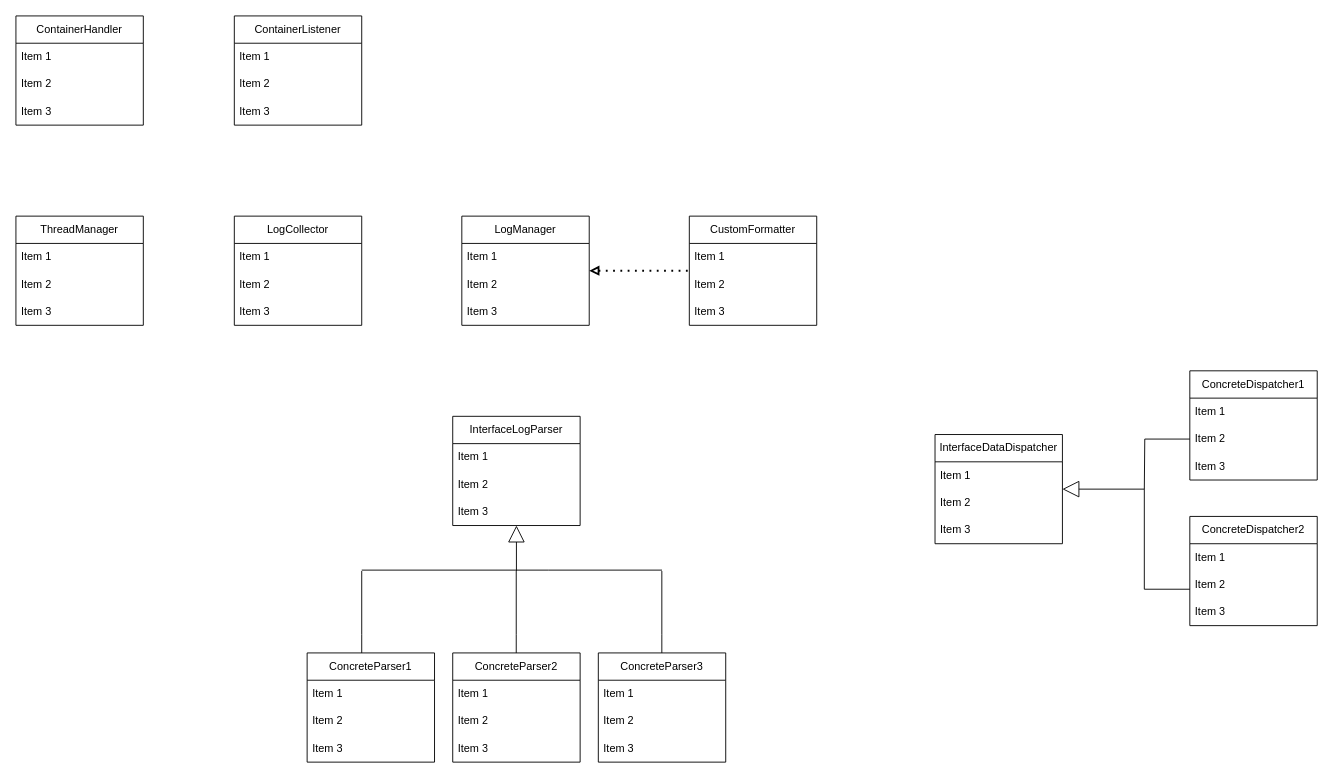
Earlier version of the draw.io diagram page "Diagramma delle classi Logger" (2 of 2) of Diagrammi.drawio (Peric01/Documentazione-Stage-Eurosystem). Source tidied: cells renumbered, new cells numbered last; positions are measured from the earlier drawing's top-left corner, leaving out a move shared by most shapes. Both pictures are drawn from the tidied source at 91%, with x=0, y=0 at pixel (15, 15).
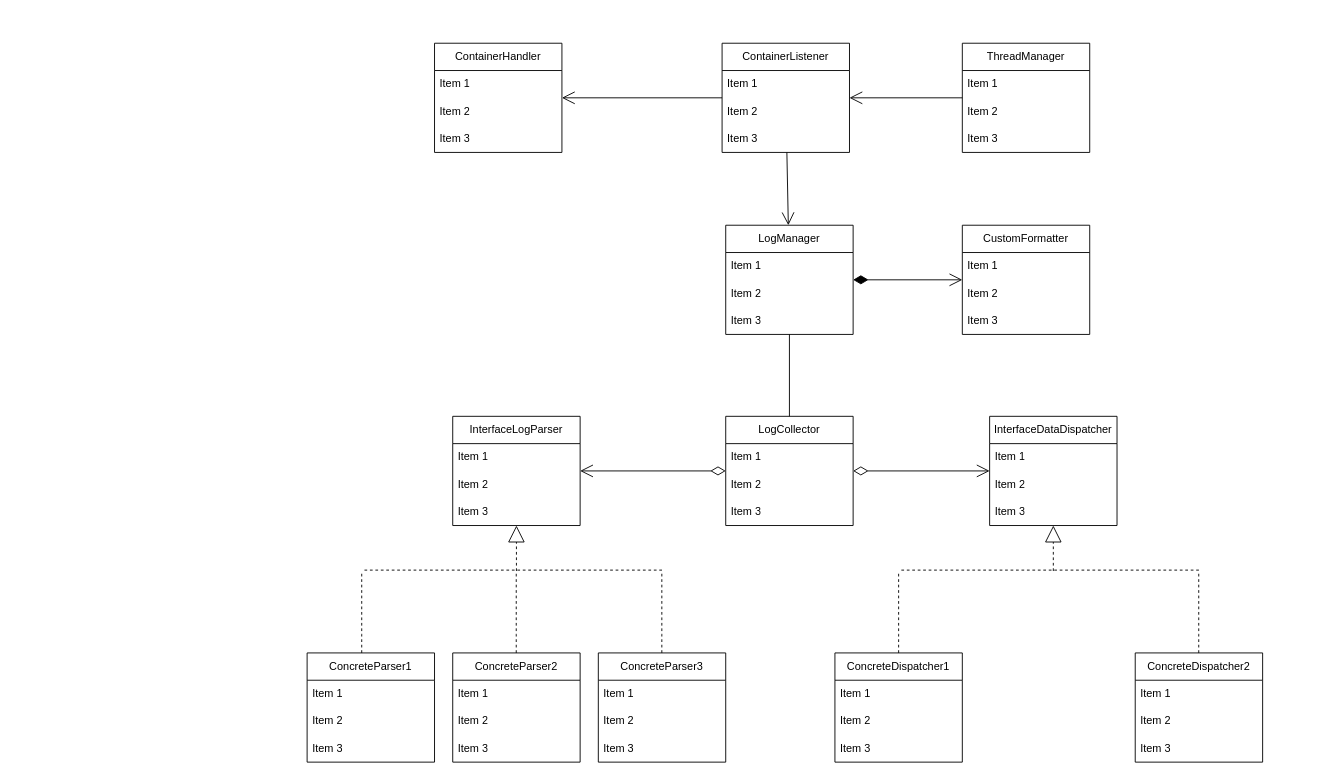
After the change.

Commit message:
Aggiornato diagramma delle classi

The change refers to these unchanged cells:
```xml
<mxCell id="10" value="InterfaceLogParser" style="swimlane;fontStyle=0;horizontal=1;startSize=30;whiteSpace=wrap;html=1;" parent="1" vertex="1">
  <mxGeometry x="480" y="440" width="140" height="120" as="geometry" />
</mxCell>
<mxCell id="15" value="ConcreteParser1" style="swimlane;fontStyle=0;horizontal=1;startSize=30;whiteSpace=wrap;html=1;" parent="1" vertex="1">
  <mxGeometry x="320" y="700" width="140" height="120" as="geometry" />
</mxCell>
<mxCell id="35" value="Item 2" style="text;strokeColor=none;fillColor=none;align=left;verticalAlign=middle;spacingLeft=4;spacingRight=4;overflow=hidden;points=[[0,0.5],[1,0.5]];portConstraint=eastwest;whiteSpace=wrap;html=1;" parent="32" vertex="1">
  <mxGeometry y="60" width="140" height="30" as="geometry" />
</mxCell>
```

Change to the diagram source:
```diff
@@
     <mxCell id="2" value="LogManager" style="swimlane;fontStyle=0;horizontal=1;startSize=30;whiteSpace=wrap;html=1;" parent="1" vertex="1">
-      <mxGeometry x="490" y="220" width="140" height="120" as="geometry" />
+      <mxGeometry x="780" y="230" width="140" height="120" as="geometry" />
     </mxCell>
@@
     <mxCell id="6" value="CustomFormatter" style="swimlane;fontStyle=0;horizontal=1;startSize=30;whiteSpace=wrap;html=1;" parent="1" vertex="1">
-      <mxGeometry x="740" y="220" width="140" height="120" as="geometry" />
+      <mxGeometry x="1040" y="230" width="140" height="120" as="geometry" />
     </mxCell>
@@
-    <mxCell id="14" style="endArrow=block;endSize=16;endFill=0;html=1;rounded=0;" parent="10" edge="1" target="10">
+    <mxCell id="14" style="endArrow=block;endSize=16;endFill=0;html=1;rounded=0;dashed=1;" parent="10" edge="1" target="10">
       <mxGeometry relative="1" as="geometry">
         <mxPoint x="70" y="170" as="sourcePoint" />
       </mxGeometry>
     </mxCell>
@@
     <mxCell id="27" value="InterfaceDataDispatcher" style="swimlane;fontStyle=0;horizontal=1;startSize=30;whiteSpace=wrap;html=1;" parent="1" vertex="1">
-      <mxGeometry x="1010" y="460" width="140" height="120" as="geometry" />
+      <mxGeometry x="1070" y="440" width="140" height="120" as="geometry" />
     </mxCell>
@@
-    <mxCell id="29" style="endArrow=block;endSize=16;endFill=0;html=1;rounded=0;" parent="27" edge="1" target="27">
-      <mxGeometry relative="1" as="geometry">
-        <mxPoint x="230" y="60" as="sourcePoint" />
-      </mxGeometry>
-    </mxCell>
@@
     <mxCell id="32" value="ConcreteDispatcher1" style="swimlane;fontStyle=0;horizontal=1;startSize=30;whiteSpace=wrap;html=1;" parent="1" vertex="1">
-      <mxGeometry x="1290" y="390" width="140" height="120" as="geometry" />
+      <mxGeometry x="900" y="700" width="140" height="120" as="geometry" />
     </mxCell>
@@
-    <mxCell id="34" style="edgeStyle=orthogonalEdgeStyle;rounded=0;jettySize=auto;html=1;exitX=0;exitY=0.5;exitDx=0;exitDy=0;endArrow=none;startFill=0;" parent="32" edge="1" source="35">
-      <mxGeometry relative="1" as="geometry">
-        <mxPoint x="-50" y="130" as="targetPoint" />
-      </mxGeometry>
-    </mxCell>
@@
     <mxCell id="37" value="ConcreteDispatcher2" style="swimlane;fontStyle=0;horizontal=1;startSize=30;whiteSpace=wrap;html=1;" parent="1" vertex="1">
-      <mxGeometry x="1290" y="550" width="140" height="120" as="geometry" />
+      <mxGeometry x="1230" y="700" width="140" height="120" as="geometry" />
     </mxCell>
@@
     <mxCell id="41" value="LogCollector" style="swimlane;fontStyle=0;horizontal=1;startSize=30;whiteSpace=wrap;html=1;" parent="1" vertex="1">
-      <mxGeometry x="240" y="220" width="140" height="120" as="geometry" />
+      <mxGeometry x="780" y="440" width="140" height="120" as="geometry" />
     </mxCell>
@@
     <mxCell id="45" value="ThreadManager" style="swimlane;fontStyle=0;horizontal=1;startSize=30;whiteSpace=wrap;html=1;" parent="1" vertex="1">
-      <mxGeometry y="220" width="140" height="120" as="geometry" />
+      <mxGeometry x="1040" y="30" width="140" height="120" as="geometry" />
     </mxCell>
@@
     <mxCell id="49" value="ContainerListener" style="swimlane;fontStyle=0;horizontal=1;startSize=30;whiteSpace=wrap;html=1;" parent="1" vertex="1">
-      <mxGeometry x="240" width="140" height="120" as="geometry" />
+      <mxGeometry x="776" y="30" width="140" height="120" as="geometry" />
     </mxCell>
@@
     <mxCell id="53" value="ContainerHandler" style="swimlane;fontStyle=0;horizontal=1;startSize=30;whiteSpace=wrap;html=1;" parent="1" vertex="1">
-      <mxGeometry width="140" height="120" as="geometry" />
+      <mxGeometry x="460" y="30" width="140" height="120" as="geometry" />
     </mxCell>
@@
-    <mxCell id="57" style="endArrow=none;dashed=1;html=1;dashPattern=1 3;strokeWidth=2;rounded=0;startArrow=block;startFill=0;" parent="1" edge="1" source="2" target="6">
-      <mxGeometry relative="1" as="geometry" />
-    </mxCell>
-    <mxCell id="58" style="edgeStyle=orthogonalEdgeStyle;rounded=0;orthogonalLoop=1;jettySize=auto;html=1;endArrow=none;startFill=0;" parent="1" edge="1">
-      <mxGeometry relative="1" as="geometry">
-        <mxPoint x="1290" y="630" as="sourcePoint" />
-        <mxPoint x="1240" y="520" as="targetPoint" />
-        <Array as="points">
-          <mxPoint x="1290" y="630" />
-          <mxPoint x="1240" y="630" />
-        </Array>
-      </mxGeometry>
-    </mxCell>
-    <mxCell id="59" style="edgeStyle=orthogonalEdgeStyle;rounded=0;orthogonalLoop=1;jettySize=auto;html=1;endArrow=none;startFill=0;" parent="1" edge="1">
+    <mxCell id="59" style="edgeStyle=orthogonalEdgeStyle;rounded=0;orthogonalLoop=1;jettySize=auto;html=1;endArrow=none;startFill=0;dashed=1;" parent="1" edge="1">
       <mxGeometry relative="1" as="geometry">
         <mxPoint x="710" y="609" as="sourcePoint" />
         <mxPoint x="380" y="609" as="targetPoint" />
         <Array as="points">
           <mxPoint x="585" y="609.4" />
           <mxPoint x="535" y="609.4" />
         </Array>
       </mxGeometry>
     </mxCell>
-    <mxCell id="60" style="edgeStyle=orthogonalEdgeStyle;rounded=0;jettySize=auto;html=1;endArrow=none;startFill=0;" parent="1" edge="1" source="15">
+    <mxCell id="60" style="edgeStyle=orthogonalEdgeStyle;rounded=0;jettySize=auto;html=1;endArrow=none;startFill=0;dashed=1;" parent="1" edge="1" source="15">
       <mxGeometry relative="1" as="geometry">
         <mxPoint x="380" y="610" as="targetPoint" />
         <Array as="points">
           <mxPoint x="380" y="680" />
           <mxPoint x="380" y="680" />
         </Array>
       </mxGeometry>
     </mxCell>
-    <mxCell id="61" style="edgeStyle=orthogonalEdgeStyle;rounded=0;orthogonalLoop=1;jettySize=auto;html=1;endArrow=none;startFill=0;" parent="1" edge="1">
+    <mxCell id="61" style="edgeStyle=orthogonalEdgeStyle;rounded=0;orthogonalLoop=1;jettySize=auto;html=1;endArrow=none;startFill=0;dashed=1;" parent="1" edge="1">
       <mxGeometry relative="1" as="geometry">
         <mxPoint x="549.8" y="700" as="sourcePoint" />
         <mxPoint x="549.8" y="610" as="targetPoint" />
         <Array as="points">
           <mxPoint x="549.8" y="680" />
           <mxPoint x="549.8" y="680" />
         </Array>
       </mxGeometry>
     </mxCell>
-    <mxCell id="62" style="edgeStyle=orthogonalEdgeStyle;rounded=0;orthogonalLoop=1;jettySize=auto;html=1;endArrow=none;startFill=0;" parent="1" edge="1">
+    <mxCell id="62" style="edgeStyle=orthogonalEdgeStyle;rounded=0;orthogonalLoop=1;jettySize=auto;html=1;endArrow=none;startFill=0;dashed=1;" parent="1" edge="1">
       <mxGeometry relative="1" as="geometry">
         <mxPoint x="709.8" y="700" as="sourcePoint" />
         <mxPoint x="709.8" y="610" as="targetPoint" />
         <Array as="points">
           <mxPoint x="709.8" y="680" />
           <mxPoint x="709.8" y="680" />
         </Array>
       </mxGeometry>
     </mxCell>
+    <mxCell id="63" style="endArrow=block;endSize=16;endFill=0;html=1;rounded=0;dashed=1;" parent="1" edge="1" target="27">
+      <mxGeometry relative="1" as="geometry">
+        <mxPoint x="1140" y="610" as="sourcePoint" />
+      </mxGeometry>
+    </mxCell>
+    <mxCell id="64" style="edgeStyle=orthogonalEdgeStyle;rounded=0;orthogonalLoop=1;jettySize=auto;html=1;endArrow=none;startFill=0;dashed=1;" parent="1" edge="1">
+      <mxGeometry relative="1" as="geometry">
+        <mxPoint x="1300" y="609" as="sourcePoint" />
+        <mxPoint x="970" y="609" as="targetPoint" />
+        <Array as="points">
+          <mxPoint x="1175" y="609.4" />
+          <mxPoint x="1125" y="609.4" />
+        </Array>
+      </mxGeometry>
+    </mxCell>
+    <mxCell id="65" style="edgeStyle=orthogonalEdgeStyle;rounded=0;orthogonalLoop=1;jettySize=auto;html=1;endArrow=none;startFill=0;dashed=1;" parent="1" edge="1">
+      <mxGeometry relative="1" as="geometry">
+        <mxPoint x="970" y="700" as="sourcePoint" />
+        <mxPoint x="970" y="610" as="targetPoint" />
+        <Array as="points">
+          <mxPoint x="970" y="680" />
+          <mxPoint x="970" y="680" />
+        </Array>
+      </mxGeometry>
+    </mxCell>
+    <mxCell id="66" style="edgeStyle=orthogonalEdgeStyle;rounded=0;orthogonalLoop=1;jettySize=auto;html=1;endArrow=none;startFill=0;dashed=1;" parent="1" edge="1">
+      <mxGeometry relative="1" as="geometry">
+        <mxPoint x="1299.8" y="700" as="sourcePoint" />
+        <mxPoint x="1299.8" y="610" as="targetPoint" />
+        <Array as="points">
+          <mxPoint x="1299.8" y="680" />
+          <mxPoint x="1299.8" y="680" />
+        </Array>
+      </mxGeometry>
+    </mxCell>
+    <mxCell id="67" style="endArrow=none;html=1;rounded=0;" parent="1" edge="1" source="41" target="2">
+      <mxGeometry relative="1" as="geometry" />
+    </mxCell>
+    <mxCell id="57" style="endArrow=open;html=1;endSize=12;startArrow=diamondThin;startSize=14;startFill=1;edgeStyle=orthogonalEdgeStyle;align=left;verticalAlign=bottom;rounded=0;" parent="1" edge="1" source="2" target="6">
+      <mxGeometry x="-1" y="3" relative="1" as="geometry" />
+    </mxCell>
+    <mxCell id="68" style="endArrow=open;html=1;endSize=12;startArrow=diamondThin;startSize=14;startFill=0;edgeStyle=orthogonalEdgeStyle;align=left;verticalAlign=bottom;rounded=0;" parent="1" edge="1" source="41" target="27">
+      <mxGeometry x="-1" y="3" relative="1" as="geometry" />
+    </mxCell>
+    <mxCell id="69" style="endArrow=open;html=1;endSize=12;startArrow=diamondThin;startSize=14;startFill=0;edgeStyle=orthogonalEdgeStyle;align=left;verticalAlign=bottom;rounded=0;" parent="1" edge="1" source="41" target="10">
+      <mxGeometry x="-1" y="3" relative="1" as="geometry" />
+    </mxCell>
+    <mxCell id="70" style="endArrow=open;endFill=1;endSize=12;html=1;rounded=0;" parent="1" edge="1" source="49" target="53">
+      <mxGeometry relative="1" as="geometry" />
+    </mxCell>
+    <mxCell id="71" style="endArrow=open;endFill=1;endSize=12;html=1;rounded=0;" parent="1" edge="1" source="49" target="2">
+      <mxGeometry relative="1" as="geometry" />
+    </mxCell>
+    <mxCell id="72" style="endArrow=open;endFill=1;endSize=12;html=1;rounded=0;" parent="1" edge="1" source="45" target="49">
+      <mxGeometry relative="1" as="geometry" />
+    </mxCell>
```
